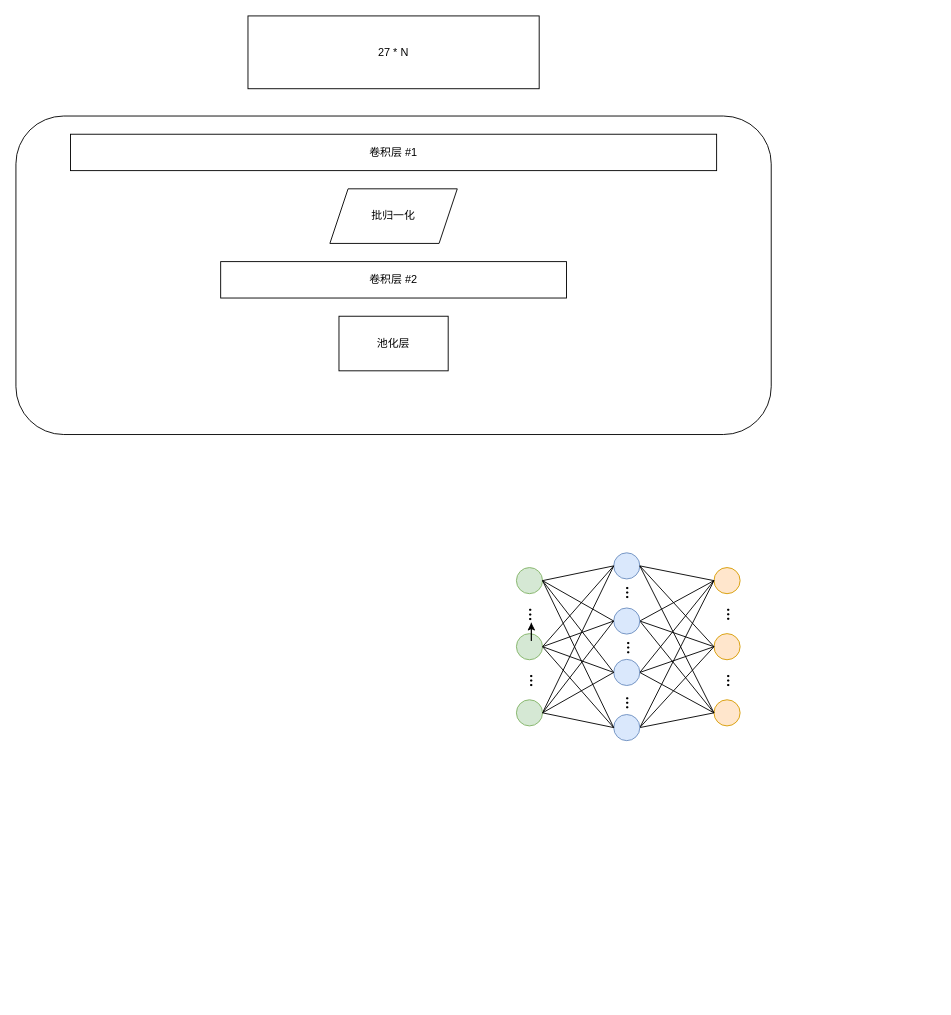
2896498573/Redgon keeps this draw.io diagram as DOS-CNN.drawio. Above is the earlier version. Source tidied: cells renumbered, new cells numbered last; positions are measured from the earlier drawing's top-left corner, leaving out a move shared by most shapes. Both pictures are drawn from the tidied source at 91%, with x=0, y=0 at pixel (15, 15).
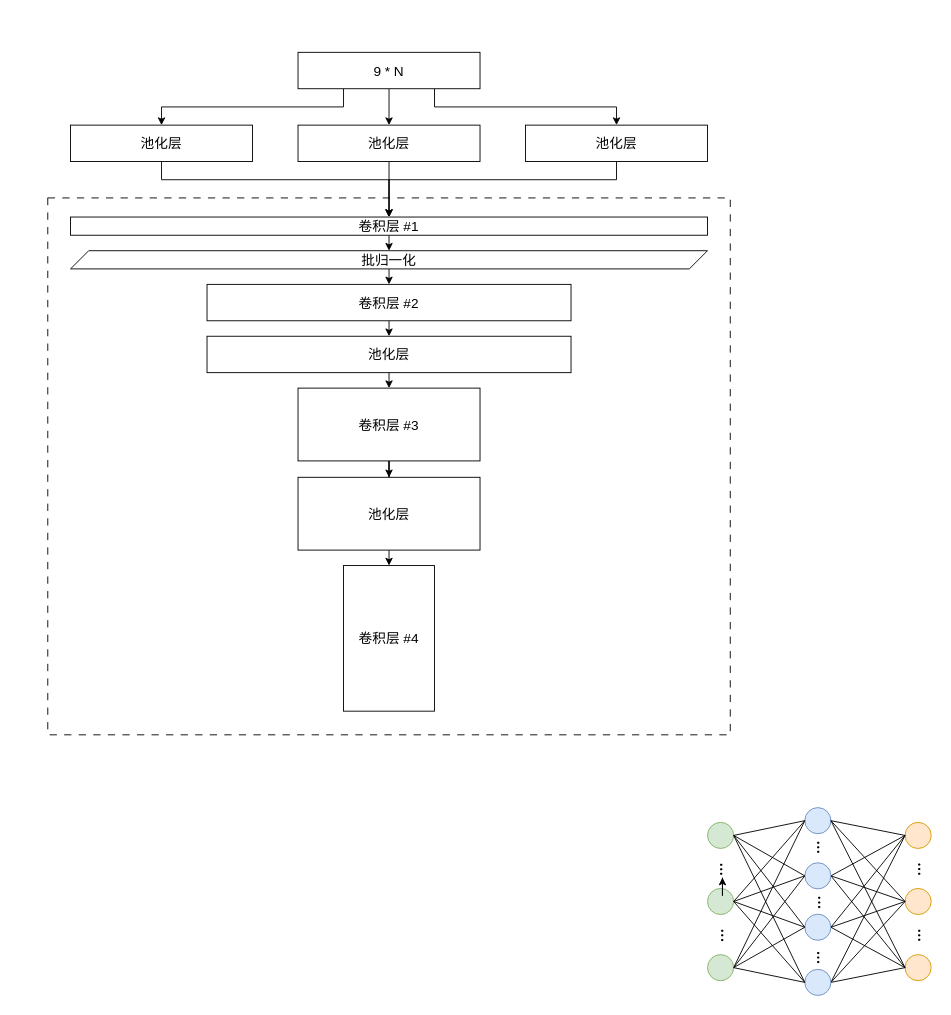
The same page after the edit.

What changed in the source:
```diff
@@
     <mxCell id="2" style="group;" parent="1" vertex="1">
-      <mxGeometry x="550" y="590" width="250" height="210" as="geometry" />
+      <mxGeometry x="760" y="870" width="250" height="210" as="geometry" />
     </mxCell>
@@
+    <mxCell id="51" style="edgeStyle=orthogonalEdgeStyle;rounded=0;jettySize=auto;html=1;exitX=0.25;exitY=1;exitDx=0;exitDy=0;entryX=0.5;entryY=0;entryDx=0;entryDy=0;fontSize=15;" parent="1" edge="1" source="45" target="59">
+      <mxGeometry relative="1" as="geometry" />
+    </mxCell>
+    <mxCell id="52" style="edgeStyle=orthogonalEdgeStyle;rounded=0;jettySize=auto;html=1;exitX=0.5;exitY=1;exitDx=0;exitDy=0;fontSize=15;" parent="1" edge="1" source="45" target="63">
+      <mxGeometry relative="1" as="geometry" />
+    </mxCell>
+    <mxCell id="53" style="edgeStyle=orthogonalEdgeStyle;rounded=0;jettySize=auto;html=1;exitX=0.75;exitY=1;exitDx=0;exitDy=0;fontSize=15;" parent="1" edge="1" source="45" target="61">
+      <mxGeometry relative="1" as="geometry" />
+    </mxCell>
-    <mxCell id="45" value="27 * N" style="rounded=0;whiteSpace=wrap;html=1;" parent="1" vertex="1">
-      <mxGeometry x="255" width="320" height="80" as="geometry" />
+    <mxCell id="45" value="&lt;font style=&quot;font-size: 15px;&quot;&gt;9 * N&lt;/font&gt;" style="rounded=0;whiteSpace=wrap;html=1;fontSize=15;" parent="1" vertex="1">
+      <mxGeometry x="310" y="40" width="200" height="40" as="geometry" />
     </mxCell>
-    <mxCell id="46" style="rounded=1;whiteSpace=wrap;html=1;" parent="1" vertex="1">
-      <mxGeometry y="110" width="830" height="350" as="geometry" />
+    <mxCell id="46" style="rounded=0;whiteSpace=wrap;html=1;gradientColor=none;dashed=1;dashPattern=8 8;fontSize=15;glass=0;" parent="1" vertex="1">
+      <mxGeometry x="35" y="200" width="750" height="590" as="geometry" />
     </mxCell>
+    <mxCell id="54" style="edgeStyle=orthogonalEdgeStyle;rounded=0;jettySize=auto;html=1;exitX=0.5;exitY=1;exitDx=0;exitDy=0;entryX=0.5;entryY=0;entryDx=0;entryDy=0;" parent="1" edge="1" source="47" target="50">
+      <mxGeometry relative="1" as="geometry" />
+    </mxCell>
-    <mxCell id="47" value="卷积层 #1" style="rounded=0;whiteSpace=wrap;html=1;" parent="1" vertex="1">
-      <mxGeometry x="60" y="130" width="710" height="40" as="geometry" />
+    <mxCell id="47" value="卷积层 #1" style="rounded=0;whiteSpace=wrap;html=1;fontSize=15;" parent="1" vertex="1">
+      <mxGeometry x="60" y="221" width="700" height="20" as="geometry" />
     </mxCell>
+    <mxCell id="55" style="edgeStyle=orthogonalEdgeStyle;rounded=0;jettySize=auto;html=1;exitX=0.5;exitY=1;exitDx=0;exitDy=0;entryX=0.5;entryY=0;entryDx=0;entryDy=0;" parent="1" edge="1" source="48" target="49">
+      <mxGeometry relative="1" as="geometry" />
+    </mxCell>
-    <mxCell id="48" value="卷积层 #2" style="rounded=0;whiteSpace=wrap;html=1;" parent="1" vertex="1">
-      <mxGeometry x="225" y="270" width="380" height="40" as="geometry" />
+    <mxCell id="48" value="卷积层 #2" style="rounded=0;whiteSpace=wrap;html=1;fontSize=15;" parent="1" vertex="1">
+      <mxGeometry x="210" y="295" width="400" height="40" as="geometry" />
     </mxCell>
+    <mxCell id="56" style="edgeStyle=orthogonalEdgeStyle;rounded=0;jettySize=auto;html=1;exitX=0.5;exitY=1;exitDx=0;exitDy=0;entryX=0.5;entryY=0;entryDx=0;entryDy=0;" parent="1" edge="1" source="49" target="65">
+      <mxGeometry relative="1" as="geometry" />
+    </mxCell>
-    <mxCell id="49" value="池化层" style="rounded=0;whiteSpace=wrap;html=1;" parent="1" vertex="1">
-      <mxGeometry x="355" y="330" width="120" height="60" as="geometry" />
+    <mxCell id="49" value="池化层" style="rounded=0;whiteSpace=wrap;html=1;fontSize=15;" parent="1" vertex="1">
+      <mxGeometry x="210" y="352" width="400" height="40" as="geometry" />
     </mxCell>
+    <mxCell id="57" style="edgeStyle=orthogonalEdgeStyle;rounded=0;jettySize=auto;html=1;exitX=0.5;exitY=1;exitDx=0;exitDy=0;entryX=0.5;entryY=0;entryDx=0;entryDy=0;" parent="1" edge="1" source="50" target="48">
+      <mxGeometry relative="1" as="geometry" />
+    </mxCell>
-    <mxCell id="50" value="批归一化" style="shape=parallelogram;perimeter=parallelogramPerimeter;whiteSpace=wrap;html=1;fixedSize=1;" parent="1" vertex="1">
-      <mxGeometry x="345" y="190" width="140" height="60" as="geometry" />
+    <mxCell id="50" value="批归一化" style="shape=parallelogram;perimeter=parallelogramPerimeter;whiteSpace=wrap;html=1;fixedSize=1;fontSize=15;" parent="1" vertex="1">
+      <mxGeometry x="60" y="258" width="700" height="20" as="geometry" />
     </mxCell>
+    <mxCell id="58" style="edgeStyle=orthogonalEdgeStyle;rounded=0;jettySize=auto;html=1;exitX=0.5;exitY=1;exitDx=0;exitDy=0;fontSize=15;" parent="1" edge="1" source="59" target="47">
+      <mxGeometry relative="1" as="geometry">
+        <Array as="points">
+          <mxPoint x="160" y="180" />
+          <mxPoint x="410" y="180" />
+        </Array>
+      </mxGeometry>
+    </mxCell>
+    <mxCell id="59" value="池化层" style="rounded=0;whiteSpace=wrap;html=1;fontSize=15;" parent="1" vertex="1">
+      <mxGeometry x="60" y="120" width="200" height="40" as="geometry" />
+    </mxCell>
+    <mxCell id="60" style="edgeStyle=orthogonalEdgeStyle;rounded=0;jettySize=auto;html=1;exitX=0.5;exitY=1;exitDx=0;exitDy=0;entryX=0.5;entryY=0;entryDx=0;entryDy=0;fontSize=15;" parent="1" edge="1" source="61" target="47">
+      <mxGeometry relative="1" as="geometry">
+        <Array as="points">
+          <mxPoint x="660" y="180" />
+          <mxPoint x="410" y="180" />
+        </Array>
+      </mxGeometry>
+    </mxCell>
+    <mxCell id="61" value="池化层" style="rounded=0;whiteSpace=wrap;html=1;fontSize=15;" parent="1" vertex="1">
+      <mxGeometry x="560" y="120" width="200" height="40" as="geometry" />
+    </mxCell>
+    <mxCell id="62" style="edgeStyle=orthogonalEdgeStyle;rounded=0;jettySize=auto;html=1;exitX=0.5;exitY=1;exitDx=0;exitDy=0;fontSize=15;" parent="1" edge="1" source="63" target="47">
+      <mxGeometry relative="1" as="geometry" />
+    </mxCell>
+    <mxCell id="63" value="池化层" style="rounded=0;whiteSpace=wrap;html=1;fontSize=15;" parent="1" vertex="1">
+      <mxGeometry x="310" y="120" width="200" height="40" as="geometry" />
+    </mxCell>
+    <mxCell id="64" style="edgeStyle=orthogonalEdgeStyle;rounded=0;jettySize=auto;html=1;exitX=0.5;exitY=1;exitDx=0;exitDy=0;" parent="1" edge="1" source="65" target="67">
+      <mxGeometry relative="1" as="geometry" />
+    </mxCell>
+    <mxCell id="65" value="卷积层 #3" style="rounded=0;whiteSpace=wrap;html=1;fontSize=15;" parent="1" vertex="1">
+      <mxGeometry x="310" y="409" width="200" height="80" as="geometry" />
+    </mxCell>
+    <mxCell id="66" style="edgeStyle=orthogonalEdgeStyle;rounded=0;jettySize=auto;html=1;exitX=0.5;exitY=1;exitDx=0;exitDy=0;entryX=0.5;entryY=0;entryDx=0;entryDy=0;" parent="1" edge="1" source="67" target="68">
+      <mxGeometry relative="1" as="geometry" />
+    </mxCell>
+    <mxCell id="67" value="池化层" style="rounded=0;whiteSpace=wrap;html=1;fontSize=15;" parent="1" vertex="1">
+      <mxGeometry x="310" y="507" width="200" height="80" as="geometry" />
+    </mxCell>
+    <mxCell id="68" value="卷积层 #4" style="rounded=0;whiteSpace=wrap;html=1;fontSize=15;" parent="1" vertex="1">
+      <mxGeometry x="360" y="604" width="100" height="160" as="geometry" />
+    </mxCell>
```
